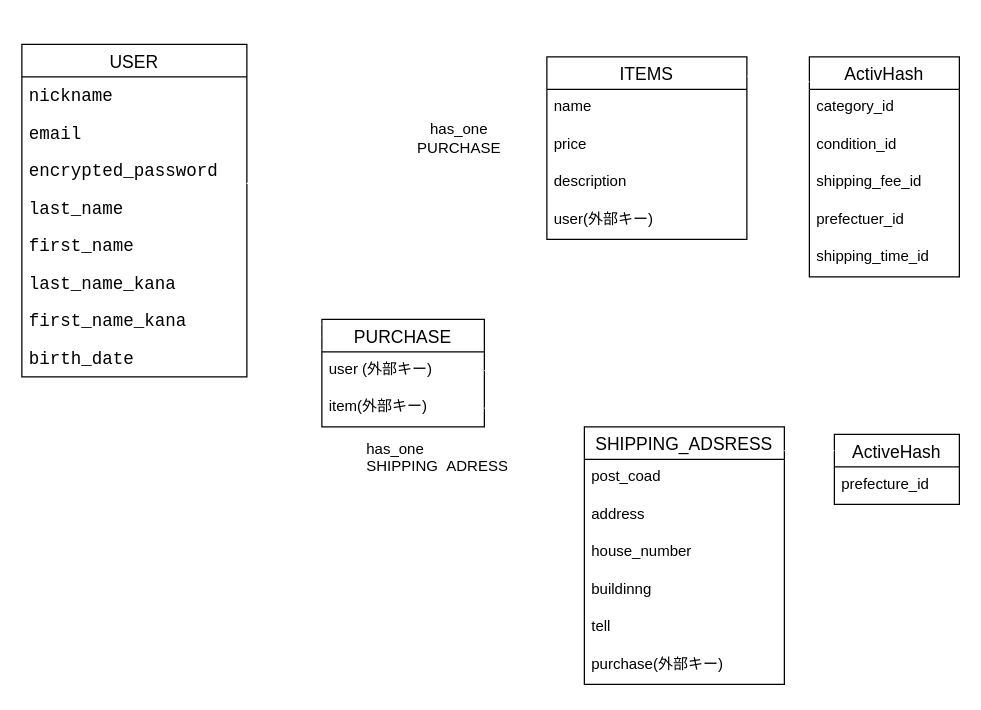
This is DBplan.dio from y8r8gpopd-ux/furima-47759, a draw.io file, before an edit. Source tidied: cells renumbered, new cells numbered last; positions are measured from the earlier drawing's top-left corner, leaving out a move shared by most shapes. Both pictures are drawn from the tidied source at 125%, with x=0, y=0 at pixel (21, 44).
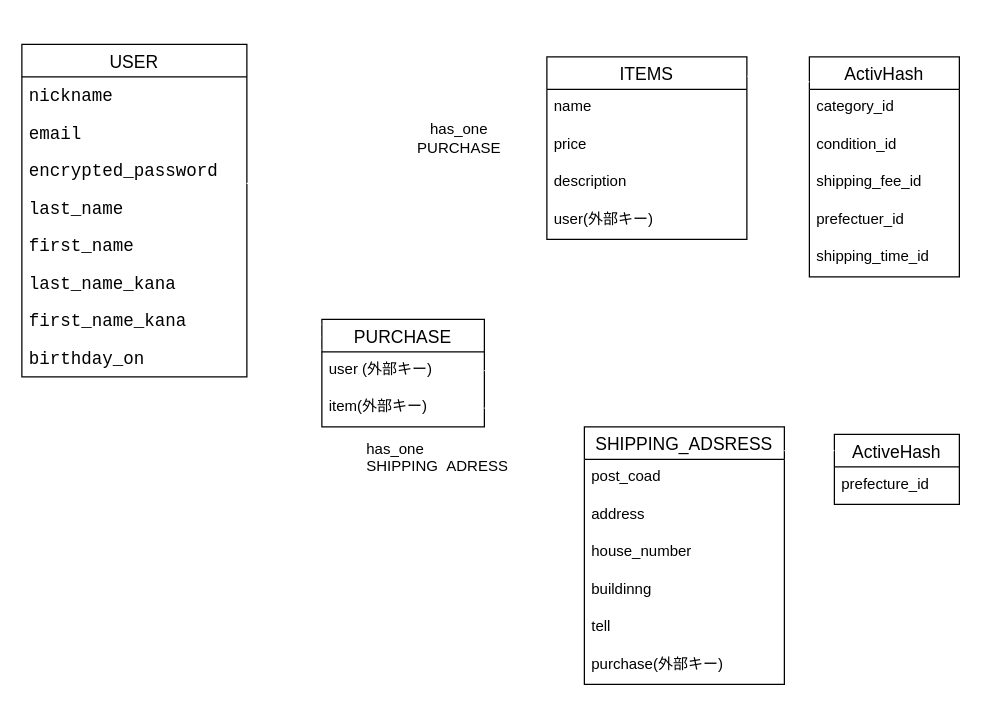
Above is the later version.

The change refers to these unchanged cells:
```xml
<mxCell id="2" value="USER" style="swimlane;fontStyle=0;horizontal=1;startSize=26;align=center;fontSize=14;labelBackgroundColor=#FFFFFF;swimlaneFillColor=#FFFFFF;" parent="1" vertex="1">
  <mxGeometry width="180" height="266" as="geometry" />
</mxCell>
```

Diff of the diagram source:
```diff
@@
-    <mxCell id="10" value="&lt;div style=&quot;font-family: Consolas, &amp;quot;Courier New&amp;quot;, monospace; font-size: 14px; line-height: 19px; white-space: pre;&quot;&gt;&lt;span style=&quot;background-color: rgb(255, 255, 255);&quot;&gt;&lt;font style=&quot;color: rgb(0, 0, 0);&quot;&gt;birth_date&lt;/font&gt;&lt;/span&gt;&lt;/div&gt;" style="text;strokeColor=none;fillColor=none;spacingLeft=4;spacingRight=4;overflow=hidden;fontSize=12;whiteSpace=wrap;html=1;" parent="2" vertex="1">
+    <mxCell id="10" value="&lt;div style=&quot;font-family: Consolas, &amp;quot;Courier New&amp;quot;, monospace; font-size: 14px; line-height: 19px; white-space: pre;&quot;&gt;&lt;font color=&quot;#000000&quot;&gt;&lt;span style=&quot;background-color: rgb(255, 255, 255);&quot;&gt;birthday_on&lt;/span&gt;&lt;/font&gt;&lt;/div&gt;" style="text;strokeColor=none;fillColor=none;spacingLeft=4;spacingRight=4;overflow=hidden;fontSize=12;whiteSpace=wrap;html=1;" parent="2" vertex="1">
       <mxGeometry y="236" width="180" height="30" as="geometry" />
     </mxCell>
```
